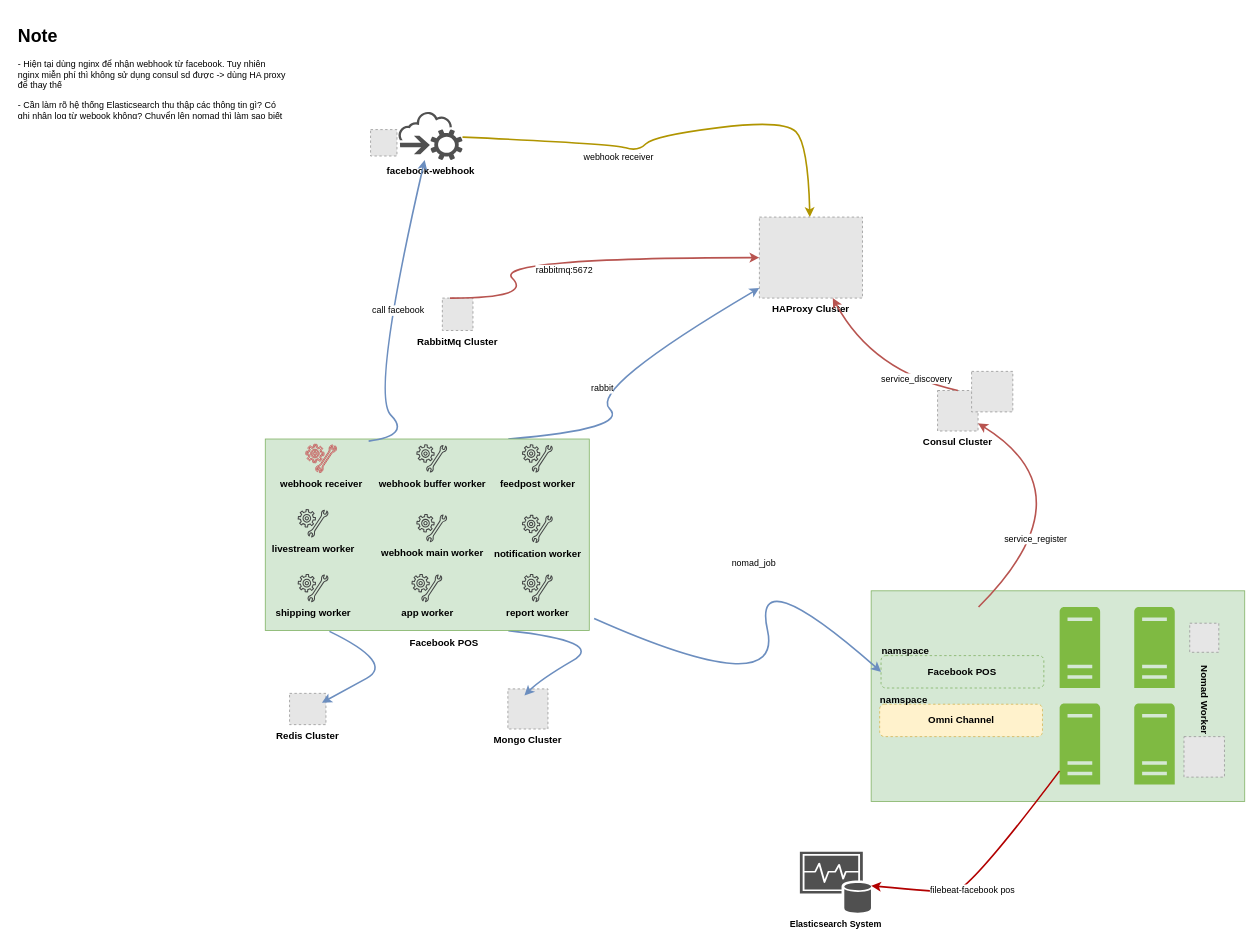
Earlier version of the draw.io diagram page "Facebook POS" (2 of 4) of KOL.drawio (khinhvuphiduong/diagrams.net). Source tidied: cells renumbered, new cells numbered last; positions are measured from the earlier drawing's top-left corner, leaving out a move shared by most shapes. Both pictures are drawn from the tidied source at 81%, with x=0, y=0 at pixel (14, 22). Pictures stored in the file or linked from it are replaced by grey dashed boxes.
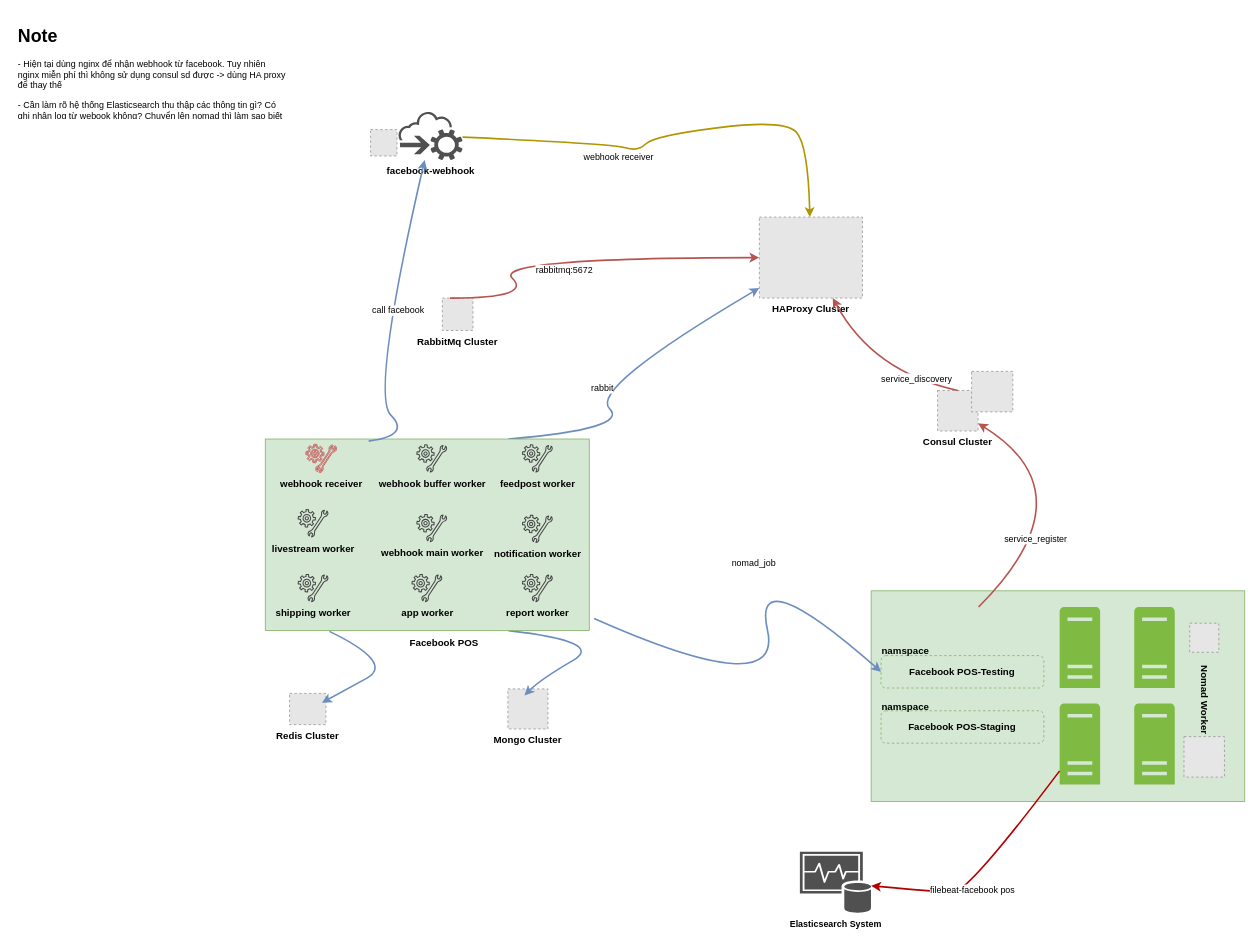
The same diagram, later.

The change refers to these unchanged cells:
```xml
<mxCell id="4" style="group;fillColor=#d5e8d4;strokeColor=#82b366;" parent="1" vertex="1">
  <mxGeometry x="1058" y="701.9" width="461.2" height="260" as="geometry" />
</mxCell>
<mxCell id="5" style="group;" parent="4" vertex="1">
  <mxGeometry x="1.7" y="60" width="211.5" height="60" as="geometry" />
</mxCell>
```

What changed in the source:
```diff
@@
-    <mxCell id="6" value="&lt;b&gt;Facebook POS&lt;/b&gt;" style="rounded=1;whiteSpace=wrap;html=1;dashed=1;fillColor=#d5e8d4;strokeColor=#82b366;" parent="5" vertex="1">
+    <mxCell id="6" value="&lt;b&gt;Facebook POS-Testing&lt;/b&gt;" style="rounded=1;whiteSpace=wrap;html=1;dashed=1;fillColor=#d5e8d4;strokeColor=#82b366;" parent="5" vertex="1">
       <mxGeometry x="10.5" y="20" width="201" height="40" as="geometry" />
     </mxCell>
@@
-    <mxCell id="8" style="group;" parent="4" vertex="1">
-      <mxGeometry y="120" width="211.5" height="60" as="geometry" />
-    </mxCell>
-    <mxCell id="9" value="&lt;b&gt;Omni Channel&lt;/b&gt;" style="rounded=1;whiteSpace=wrap;html=1;dashed=1;fillColor=#fff2cc;strokeColor=#d6b656;" parent="8" vertex="1">
-      <mxGeometry x="10.5" y="20" width="201" height="40" as="geometry" />
-    </mxCell>
-    <mxCell id="10" value="namspace" style="text;html=1;align=center;verticalAlign=middle;strokeColor=none;fillColor=none;fontStyle=1;" parent="8" vertex="1">
-      <mxGeometry width="80" height="30" as="geometry" />
-    </mxCell>
@@
+    <mxCell id="59" style="group;" parent="4" vertex="1">
+      <mxGeometry x="1.7" y="128.1" width="211.5" height="60" as="geometry" />
+    </mxCell>
+    <mxCell id="60" value="&lt;b&gt;Facebook POS-Staging&lt;/b&gt;" style="rounded=1;whiteSpace=wrap;html=1;dashed=1;fillColor=#d5e8d4;strokeColor=#82b366;" parent="59" vertex="1">
+      <mxGeometry x="10.5" y="20" width="201" height="40" as="geometry" />
+    </mxCell>
+    <mxCell id="10" value="namspace" style="text;html=1;align=center;verticalAlign=middle;strokeColor=none;fillColor=none;fontStyle=1;" parent="59" vertex="1">
+      <mxGeometry width="80" height="30" as="geometry" />
+    </mxCell>
```
